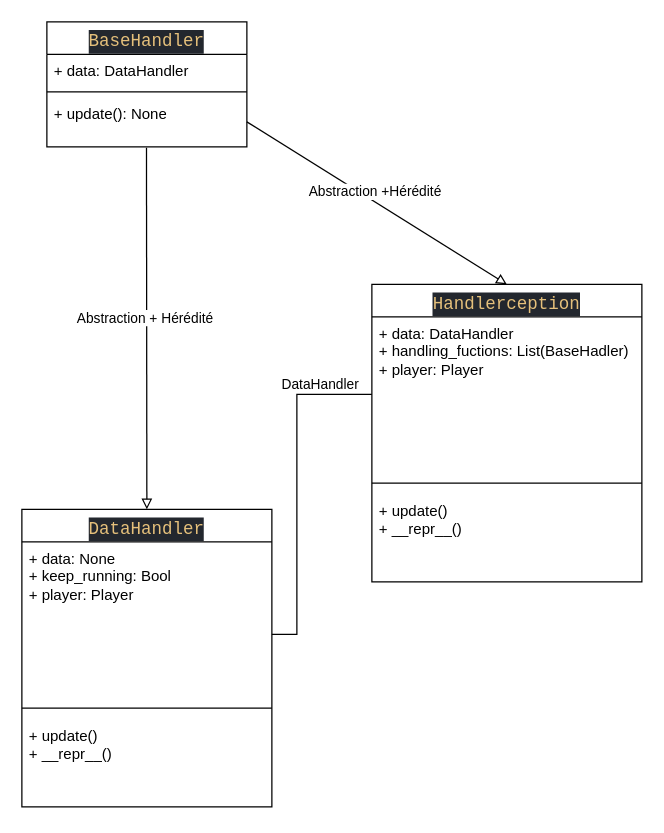
Earlier version of the draw.io diagram temp/UML.drawio (alexcrrera/blueprince). Source tidied: cells renumbered, new cells numbered last; positions are measured from the earlier drawing's top-left corner, leaving out a move shared by most shapes. Both pictures are drawn from the tidied source at 125%, with x=0, y=0 at pixel (21, 21).
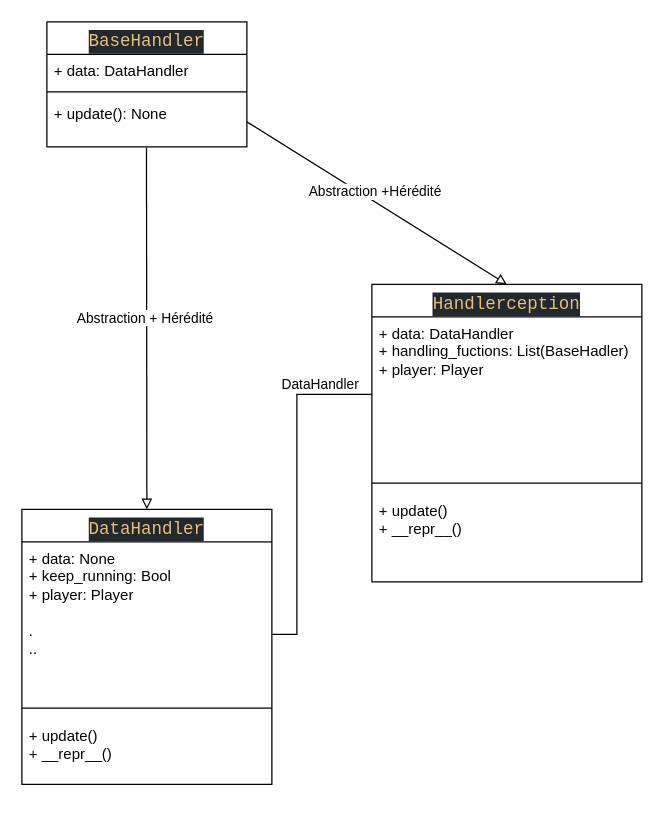
The same diagram, later.

Change to the diagram source:
```diff
@@
     <mxCell id="6" value="&lt;div style=&quot;background-color: rgb(35, 39, 46); font-family: Consolas, &amp;quot;Courier New&amp;quot;, monospace; font-weight: normal; font-size: 14px; line-height: 19px; white-space: pre; color: rgb(171, 178, 191);&quot;&gt;&lt;font color=&quot;#e5c07b&quot;&gt;DataHandler&lt;/font&gt;&lt;/div&gt;" style="swimlane;fontStyle=1;align=center;verticalAlign=top;horizontal=1;startSize=26;whiteSpace=wrap;html=1;" parent="1" vertex="1">
-      <mxGeometry y="390" width="200" height="238" as="geometry" />
+      <mxGeometry y="390" width="200" height="220" as="geometry" />
     </mxCell>
-    <mxCell id="7" value="&lt;div&gt;+ data: None&lt;/div&gt;+ keep_running: Bool&lt;div&gt;+ player: Player&lt;/div&gt;" style="text;strokeColor=none;fillColor=none;align=left;verticalAlign=top;spacingLeft=4;spacingRight=4;overflow=hidden;whiteSpace=wrap;html=1;" parent="6" vertex="1">
+    <mxCell id="7" value="&lt;div&gt;+ data: None&lt;/div&gt;+ keep_running: Bool&lt;div&gt;+ player: Player&lt;/div&gt;&lt;div&gt;&lt;br&gt;&lt;/div&gt;&lt;div&gt;.&lt;/div&gt;&lt;div&gt;..&lt;/div&gt;" style="text;strokeColor=none;fillColor=none;align=left;verticalAlign=top;spacingLeft=4;spacingRight=4;overflow=hidden;whiteSpace=wrap;html=1;" parent="6" vertex="1">
       <mxGeometry y="26" width="200" height="124" as="geometry" />
     </mxCell>
@@
     <mxCell id="9" value="+ update()&lt;div&gt;+ __repr__()&lt;/div&gt;" style="text;strokeColor=none;fillColor=none;align=left;verticalAlign=top;spacingLeft=4;spacingRight=4;overflow=hidden;whiteSpace=wrap;html=1;" parent="6" vertex="1">
-      <mxGeometry y="168" width="200" height="70" as="geometry" />
+      <mxGeometry y="168" width="200" height="52" as="geometry" />
     </mxCell>
```
